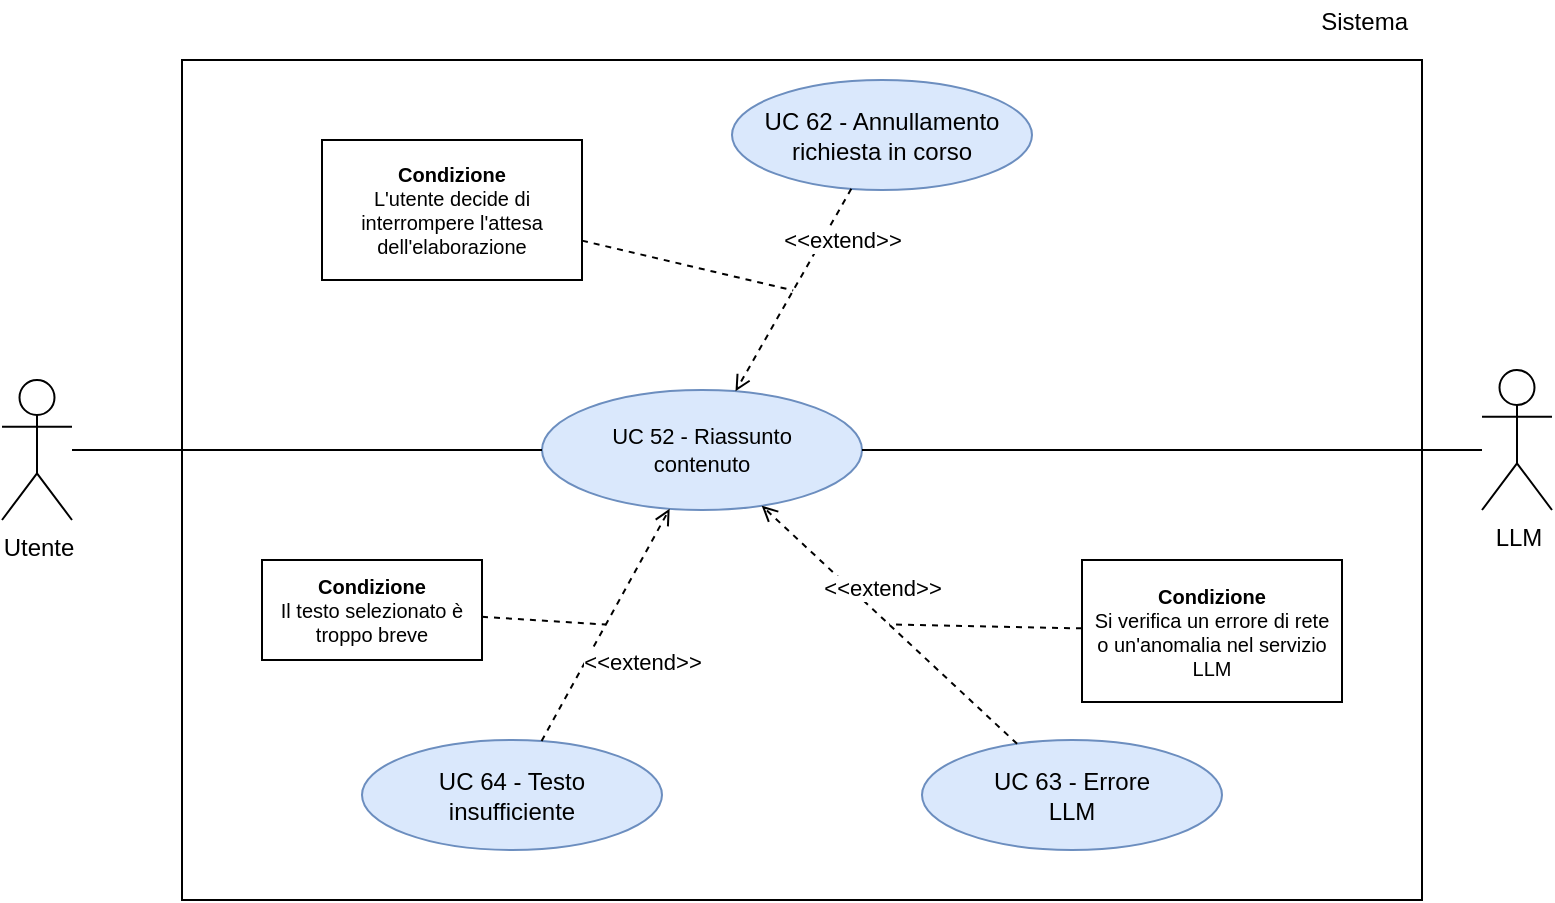
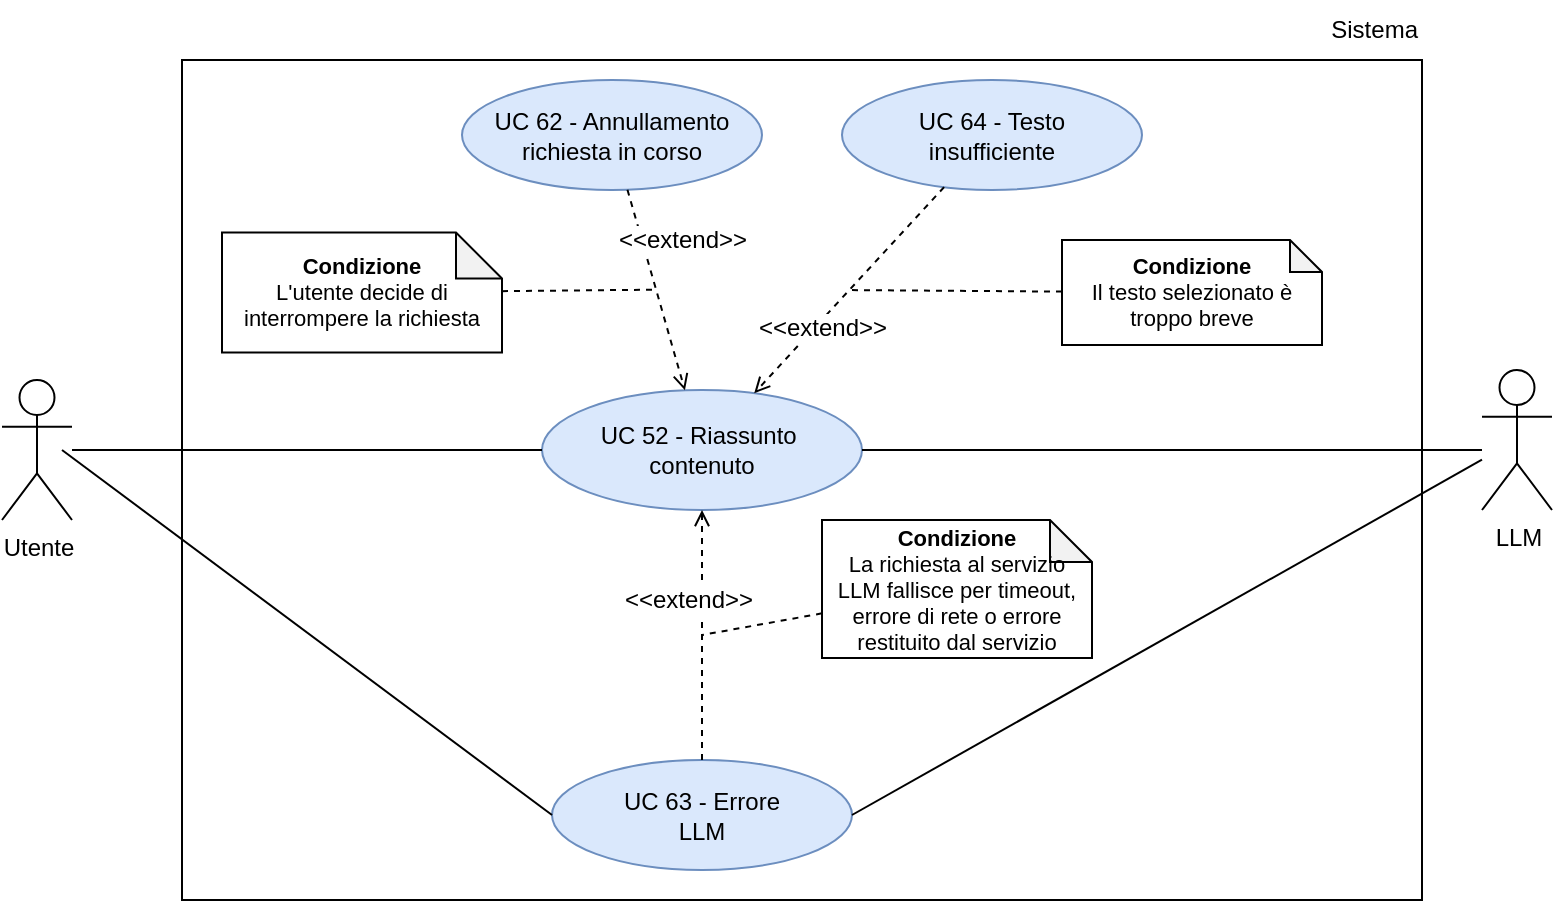
- <mxGraphModel dx="1203" dy="628" grid="1" gridSize="10" guides="1" tooltips="1" connect="1" arrows="1" fold="1" page="1" pageScale="1" pageWidth="1169" pageHeight="827" math="0" shadow="0">
+ <mxGraphModel dx="1320" dy="558" grid="1" gridSize="10" guides="1" tooltips="1" connect="1" arrows="1" fold="1" page="1" pageScale="1" pageWidth="1169" pageHeight="827" math="0" shadow="0">
  <root>
    <mxCell id="0" />
    <mxCell id="1" parent="0" />
-     <mxCell id="actor-user" parent="1" style="shape=umlActor;verticalLabelPosition=bottom;verticalAlign=top;html=1;outlineConnect=0;fontSize=10;" value="&lt;font style=&quot;font-size: 12px;&quot;&gt;Utente&lt;/font&gt;" vertex="1">
+     <mxCell id="actor-user" parent="1" style="shape=umlActor;verticalLabelPosition=bottom;verticalAlign=top;html=1;outlineConnect=0;fontSize=12;" value="&lt;font&gt;Utente&lt;/font&gt;" vertex="1">
      <mxGeometry height="70" width="35" x="220" y="310" as="geometry" />
    </mxCell>
-     <mxCell id="system-boundary" parent="1" style="rounded=0;whiteSpace=wrap;html=1;strokeWidth=1;" value="" vertex="1">
+     <mxCell id="system-boundary" parent="1" style="rounded=0;whiteSpace=wrap;html=1;strokeWidth=1;fontSize=12;" value="" vertex="1">
      <mxGeometry height="420" width="620" x="310" y="150" as="geometry" />
    </mxCell>
-     <mxCell id="system-label" parent="1" style="text;html=1;whiteSpace=wrap;strokeColor=none;fillColor=none;align=right;verticalAlign=middle;fontSize=10;" value="&lt;font style=&quot;font-size: 12px;&quot;&gt;Sistema&lt;/font&gt;" vertex="1">
-       <mxGeometry height="22" width="65" x="860" y="120" as="geometry" />
+     <mxCell id="system-label" parent="1" style="text;html=1;whiteSpace=wrap;strokeColor=none;fillColor=none;align=right;verticalAlign=middle;fontSize=12;" value="&lt;font&gt;Sistema&lt;/font&gt;" vertex="1">
+       <mxGeometry height="30" width="70" x="860" y="120" as="geometry" />
    </mxCell>
-     <mxCell id="uc52" parent="1" style="ellipse;whiteSpace=wrap;html=1;fillColor=#dae8fc;strokeColor=#6c8ebf;fontSize=10;" value="&lt;font style=&quot;font-size: 11px;&quot;&gt;UC 52 - Riassunto&lt;br&gt;contenuto&lt;/font&gt;" vertex="1">
+     <mxCell id="uc52" parent="1" style="ellipse;whiteSpace=wrap;html=1;fillColor=#dae8fc;strokeColor=#6c8ebf;fontSize=12;" value="&lt;font&gt;UC 52 - Riassunto&amp;nbsp;&lt;/font&gt;&lt;div&gt;&lt;font&gt;contenuto&lt;/font&gt;&lt;/div&gt;" vertex="1">
      <mxGeometry height="60" width="160" x="490" y="315" as="geometry" />
    </mxCell>
-     <mxCell id="uc62" parent="1" style="ellipse;whiteSpace=wrap;html=1;fillColor=#dae8fc;strokeColor=#6c8ebf;fontSize=10;" value="&lt;font style=&quot;font-size: 12px;&quot;&gt;UC 62 - Annullamento&lt;br&gt;richiesta in corso&lt;/font&gt;" vertex="1">
-       <mxGeometry height="55" width="150" x="585" y="160" as="geometry" />
+     <mxCell id="uc62" parent="1" style="ellipse;whiteSpace=wrap;html=1;fillColor=#dae8fc;strokeColor=#6c8ebf;fontSize=12;" value="&lt;font&gt;UC 62 - Annullamento&lt;br&gt;richiesta in corso&lt;/font&gt;" vertex="1">
+       <mxGeometry height="55" width="150" x="450" y="160" as="geometry" />
    </mxCell>
-     <mxCell id="uc63" parent="1" style="ellipse;whiteSpace=wrap;html=1;fillColor=#dae8fc;strokeColor=#6c8ebf;fontSize=10;" value="&lt;font style=&quot;font-size: 12px;&quot;&gt;UC 63 - Errore&lt;br&gt;LLM&lt;/font&gt;" vertex="1">
-       <mxGeometry height="55" width="150" x="680" y="490" as="geometry" />
+     <mxCell id="uc63" parent="1" style="ellipse;whiteSpace=wrap;html=1;fillColor=#dae8fc;strokeColor=#6c8ebf;fontSize=12;" value="&lt;font&gt;UC 63 - Errore&lt;br&gt;LLM&lt;/font&gt;" vertex="1">
+       <mxGeometry height="55" width="150" x="495" y="500" as="geometry" />
    </mxCell>
-     <mxCell id="uc64" parent="1" style="ellipse;whiteSpace=wrap;html=1;fillColor=#dae8fc;strokeColor=#6c8ebf;fontSize=10;" value="&lt;font style=&quot;font-size: 12px;&quot;&gt;UC 64 - Testo&lt;br&gt;insufficiente&lt;/font&gt;" vertex="1">
-       <mxGeometry height="55" width="150" x="400" y="490" as="geometry" />
+     <mxCell id="uc64" parent="1" style="ellipse;whiteSpace=wrap;html=1;fillColor=#dae8fc;strokeColor=#6c8ebf;fontSize=12;" value="&lt;font&gt;UC 64 - Testo&lt;br&gt;insufficiente&lt;/font&gt;" vertex="1">
+       <mxGeometry height="55" width="150" x="640" y="160" as="geometry" />
    </mxCell>
-     <mxCell id="assoc-user-uc52" edge="1" parent="1" source="actor-user" style="edgeStyle=none;rounded=0;orthogonalLoop=1;jettySize=auto;html=1;endArrow=none;endFill=0;" target="uc52">
+     <mxCell id="assoc-user-uc52" edge="1" parent="1" source="actor-user" style="edgeStyle=none;rounded=0;orthogonalLoop=1;jettySize=auto;html=1;endArrow=none;endFill=0;fontSize=12;" target="uc52">
      <mxGeometry relative="1" as="geometry" />
    </mxCell>
-     <mxCell id="assoc-uc52-llm" edge="1" parent="1" source="uc52" style="edgeStyle=none;rounded=0;orthogonalLoop=1;jettySize=auto;html=1;endArrow=none;endFill=0;">
+     <mxCell id="assoc-uc52-llm" edge="1" parent="1" source="uc52" style="edgeStyle=none;rounded=0;orthogonalLoop=1;jettySize=auto;html=1;endArrow=none;endFill=0;fontSize=12;">
      <mxGeometry relative="1" as="geometry">
        <mxPoint x="960" y="345" as="targetPoint" />
      </mxGeometry>
    </mxCell>
-     <mxCell id="extend-uc62-uc52" edge="1" parent="1" source="uc62" style="dashed=1;endArrow=open;endFill=0;html=1;rounded=0;" target="uc52">
+     <mxCell id="extend-uc62-uc52" edge="1" parent="1" source="uc62" style="dashed=1;endArrow=open;endFill=0;html=1;rounded=0;fontSize=12;" target="uc52">
      <mxGeometry relative="1" as="geometry" />
    </mxCell>
-     <mxCell id="extend-label-62" connectable="0" parent="extend-uc62-uc52" style="edgeLabel;html=1;align=center;verticalAlign=middle;resizable=0;points=[];fontSize=10;" value="&lt;font style=&quot;font-size: 11px;&quot;&gt;&amp;lt;&amp;lt;extend&amp;gt;&amp;gt;&lt;/font&gt;" vertex="1">
+     <mxCell id="extend-label-62" connectable="0" parent="extend-uc62-uc52" style="edgeLabel;html=1;align=center;verticalAlign=middle;resizable=0;points=[];fontSize=12;" value="&lt;font&gt;&amp;lt;&amp;lt;extend&amp;gt;&amp;gt;&lt;/font&gt;" vertex="1">
      <mxGeometry relative="1" x="-0.05" y="-1" as="geometry">
-         <mxPoint x="24" y="-22" as="offset" />
+         <mxPoint x="14" y="-23" as="offset" />
      </mxGeometry>
    </mxCell>
-     <mxCell id="extend-uc63-uc52" edge="1" parent="1" source="uc63" style="dashed=1;endArrow=open;endFill=0;html=1;rounded=0;" target="uc52">
+     <mxCell id="extend-uc63-uc52" edge="1" parent="1" source="uc63" style="dashed=1;endArrow=open;endFill=0;html=1;rounded=0;fontSize=12;" target="uc52">
      <mxGeometry relative="1" as="geometry" />
    </mxCell>
-     <mxCell id="extend-label-63" connectable="0" parent="extend-uc63-uc52" style="edgeLabel;html=1;align=center;verticalAlign=middle;resizable=0;points=[];fontSize=10;" value="&lt;font style=&quot;font-size: 11px;&quot;&gt;&amp;lt;&amp;lt;extend&amp;gt;&amp;gt;&lt;/font&gt;" vertex="1">
+     <mxCell id="extend-label-63" connectable="0" parent="extend-uc63-uc52" style="edgeLabel;html=1;align=center;verticalAlign=middle;resizable=0;points=[];fontSize=12;" value="&lt;font&gt;&amp;lt;&amp;lt;&lt;/font&gt;&lt;font&gt;extend&lt;/font&gt;&lt;font&gt;&amp;gt;&amp;gt;&lt;/font&gt;" vertex="1">
      <mxGeometry relative="1" x="-0.05" y="-1" as="geometry">
        <mxPoint x="-8" y="-21" as="offset" />
      </mxGeometry>
    </mxCell>
-     <mxCell id="extend-uc64-uc52" edge="1" parent="1" source="uc64" style="dashed=1;endArrow=open;endFill=0;html=1;rounded=0;" target="uc52">
+     <mxCell id="extend-uc64-uc52" edge="1" parent="1" source="uc64" style="dashed=1;endArrow=open;endFill=0;html=1;rounded=0;fontSize=12;" target="uc52">
      <mxGeometry relative="1" as="geometry" />
    </mxCell>
-     <mxCell id="extend-label-64" connectable="0" parent="extend-uc64-uc52" style="edgeLabel;html=1;align=center;verticalAlign=middle;resizable=0;points=[];fontSize=10;" value="&lt;font style=&quot;font-size: 11px;&quot;&gt;&amp;lt;&amp;lt;extend&amp;gt;&amp;gt;&lt;/font&gt;" vertex="1">
+     <mxCell id="extend-label-64" connectable="0" parent="extend-uc64-uc52" style="edgeLabel;html=1;align=center;verticalAlign=middle;resizable=0;points=[];fontSize=12;" value="&lt;font&gt;&amp;lt;&amp;lt;extend&amp;gt;&amp;gt;&lt;/font&gt;" vertex="1">
      <mxGeometry relative="1" x="-0.05" y="1" as="geometry">
-         <mxPoint x="20" y="16" as="offset" />
+         <mxPoint x="-17" y="21" as="offset" />
      </mxGeometry>
    </mxCell>
-     <mxCell id="condition-uc62" parent="1" style="rounded=0;whiteSpace=wrap;html=1;fillColor=#ffffff;strokeColor=#000000;fontSize=10;align=center;verticalAlign=middle;spacing=6;" value="&lt;b&gt;Condizione&lt;/b&gt;&lt;br&gt;L&#39;utente decide di interrompere l&#39;attesa dell&#39;elaborazione" vertex="1">
-       <mxGeometry height="70" width="130" x="380" y="190" as="geometry" />
+     <mxCell id="condition-uc62" parent="1" style="shape=note;whiteSpace=wrap;html=1;backgroundOutline=1;darkOpacity=0.05;fontSize=11;align=center;verticalAlign=middle;spacing=6;size=23;" value="&lt;b&gt;Condizione&lt;/b&gt;&lt;br&gt;L&#39;utente decide di interrompere la richiesta" vertex="1">
+       <mxGeometry height="60" width="140" x="330" y="236.25" as="geometry" />
    </mxCell>
-     <mxCell id="condition-uc63" parent="1" style="rounded=0;whiteSpace=wrap;html=1;fillColor=#ffffff;strokeColor=#000000;fontSize=10;align=center;verticalAlign=middle;spacing=6;" value="&lt;b&gt;Condizione&lt;/b&gt;&lt;br&gt;Si verifica un errore di rete o un&#39;anomalia nel servizio LLM" vertex="1">
-       <mxGeometry height="71" width="130" x="760" y="400" as="geometry" />
+     <mxCell id="condition-uc63" parent="1" style="shape=note;whiteSpace=wrap;html=1;backgroundOutline=1;darkOpacity=0.05;fontSize=11;align=center;verticalAlign=middle;spacing=6;size=21;" value="&lt;b&gt;Condizione&lt;/b&gt;&lt;br&gt;&lt;div&gt;La richiesta al servizio LLM fallisce per timeout, errore di rete o errore restituito dal servizio&lt;/div&gt;" vertex="1">
+       <mxGeometry height="69" width="135" x="630" y="380" as="geometry" />
    </mxCell>
-     <mxCell id="condition-uc64" parent="1" style="rounded=0;whiteSpace=wrap;html=1;fillColor=#ffffff;strokeColor=#000000;fontSize=10;align=center;verticalAlign=middle;spacing=6;" value="&lt;b&gt;Condizione&lt;/b&gt;&lt;br&gt;Il testo selezionato è troppo breve" vertex="1">
-       <mxGeometry height="50" width="110" x="350" y="400" as="geometry" />
+     <mxCell id="condition-uc64" parent="1" style="shape=note;whiteSpace=wrap;html=1;backgroundOutline=1;darkOpacity=0.05;fontSize=11;align=center;verticalAlign=middle;spacing=6;size=16;" value="&lt;b&gt;Condizione&lt;/b&gt;&lt;br&gt;Il testo selezionato è troppo breve" vertex="1">
+       <mxGeometry height="52.5" width="130" x="750" y="240" as="geometry" />
    </mxCell>
-     <mxCell id="condition-line-62" edge="1" parent="1" source="condition-uc62" style="dashed=1;endArrow=none;html=1;rounded=0;strokeWidth=1;" target="extend-uc62-uc52">
+     <mxCell id="condition-line-62" edge="1" parent="1" source="condition-uc62" style="dashed=1;endArrow=none;html=1;rounded=0;strokeWidth=1;fontSize=12;" target="extend-uc62-uc52">
      <mxGeometry relative="1" as="geometry" />
    </mxCell>
-     <mxCell id="condition-line-63" edge="1" parent="1" source="condition-uc63" style="dashed=1;endArrow=none;html=1;rounded=0;strokeWidth=1;" target="extend-uc63-uc52">
+     <mxCell id="condition-line-63" edge="1" parent="1" source="condition-uc63" style="dashed=1;endArrow=none;html=1;rounded=0;strokeWidth=1;fontSize=12;" target="extend-uc63-uc52">
      <mxGeometry relative="1" as="geometry" />
    </mxCell>
-     <mxCell id="condition-line-64" edge="1" parent="1" source="condition-uc64" style="dashed=1;endArrow=none;html=1;rounded=0;strokeWidth=1;" target="extend-uc64-uc52">
+     <mxCell id="condition-line-64" edge="1" parent="1" source="condition-uc64" style="dashed=1;endArrow=none;html=1;rounded=0;strokeWidth=1;fontSize=12;" target="extend-uc64-uc52">
      <mxGeometry relative="1" as="geometry" />
    </mxCell>
-     <mxCell id="4S_GJxI6N92lzNAu5wbE-25" parent="1" style="shape=umlActor;verticalLabelPosition=bottom;verticalAlign=top;html=1;outlineConnect=0;fontSize=10;" value="&lt;font style=&quot;font-size: 12px;&quot;&gt;LLM&lt;/font&gt;" vertex="1">
+     <mxCell id="4S_GJxI6N92lzNAu5wbE-25" parent="1" style="shape=umlActor;verticalLabelPosition=bottom;verticalAlign=top;html=1;outlineConnect=0;fontSize=12;" value="&lt;font&gt;LLM&lt;/font&gt;" vertex="1">
      <mxGeometry height="70" width="35" x="960" y="305" as="geometry" />
+     </mxCell>
+     <mxCell id="4S_GJxI6N92lzNAu5wbE-44" edge="1" parent="1" style="edgeStyle=none;rounded=0;orthogonalLoop=1;jettySize=auto;html=1;endArrow=none;endFill=0;entryX=0;entryY=0.5;entryDx=0;entryDy=0;fontSize=12;" target="uc63">
+       <mxGeometry relative="1" as="geometry">
+         <mxPoint x="250" y="345" as="sourcePoint" />
+         <mxPoint x="515" y="380" as="targetPoint" />
+       </mxGeometry>
+     </mxCell>
+     <mxCell id="4S_GJxI6N92lzNAu5wbE-45" edge="1" parent="1" source="uc63" style="edgeStyle=none;rounded=0;orthogonalLoop=1;jettySize=auto;html=1;endArrow=none;endFill=0;exitX=1;exitY=0.5;exitDx=0;exitDy=0;fontSize=12;" target="4S_GJxI6N92lzNAu5wbE-25">
+       <mxGeometry relative="1" as="geometry">
+         <mxPoint x="710" y="520" as="sourcePoint" />
+         <mxPoint x="950" y="390" as="targetPoint" />
+       </mxGeometry>
    </mxCell>
  </root>
</mxGraphModel>
